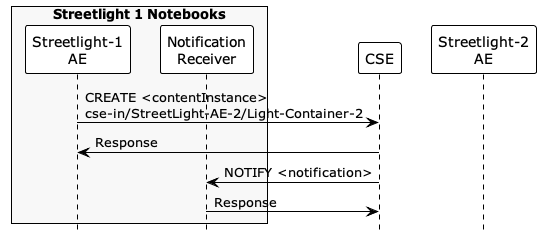
The PlantUML diagram images/06/create_contentInstance.png in ankraft/onem2m-jupyter-notebooks, before a commit.
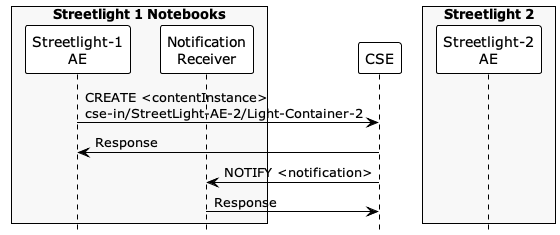
After the change.

Diff of the diagram source:
```diff
@@ -10,7 +10,9 @@
 
 participant "CSE" as CSE
 
+box "Streetlight 2" #f8f8f8
 participant "Streetlight-2\nAE" as AE2
+end box
 
 AE1 -> CSE: CREATE <contentInstance>\ncse-in/StreetLight-AE-2/Light-Container-2
 AE1 <- CSE: Response
```
